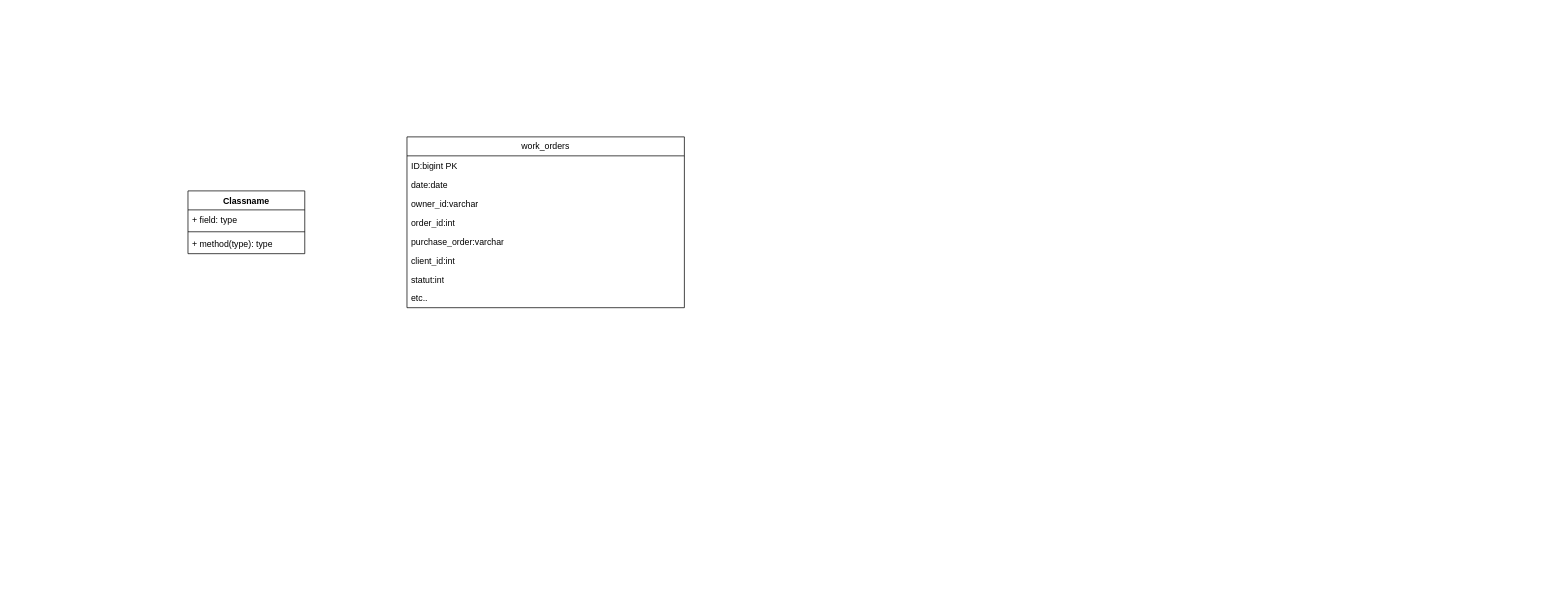
The draw.io diagram Expenses.drawio in antoineQualtech/DanswerFrontEnd-, before the edit. Source tidied: cells renumbered, new cells numbered last; positions are measured from the earlier drawing's top-left corner, leaving out a move shared by most shapes. Both pictures are drawn from the tidied source at 73%, with x=0, y=0 at pixel (188, 137).
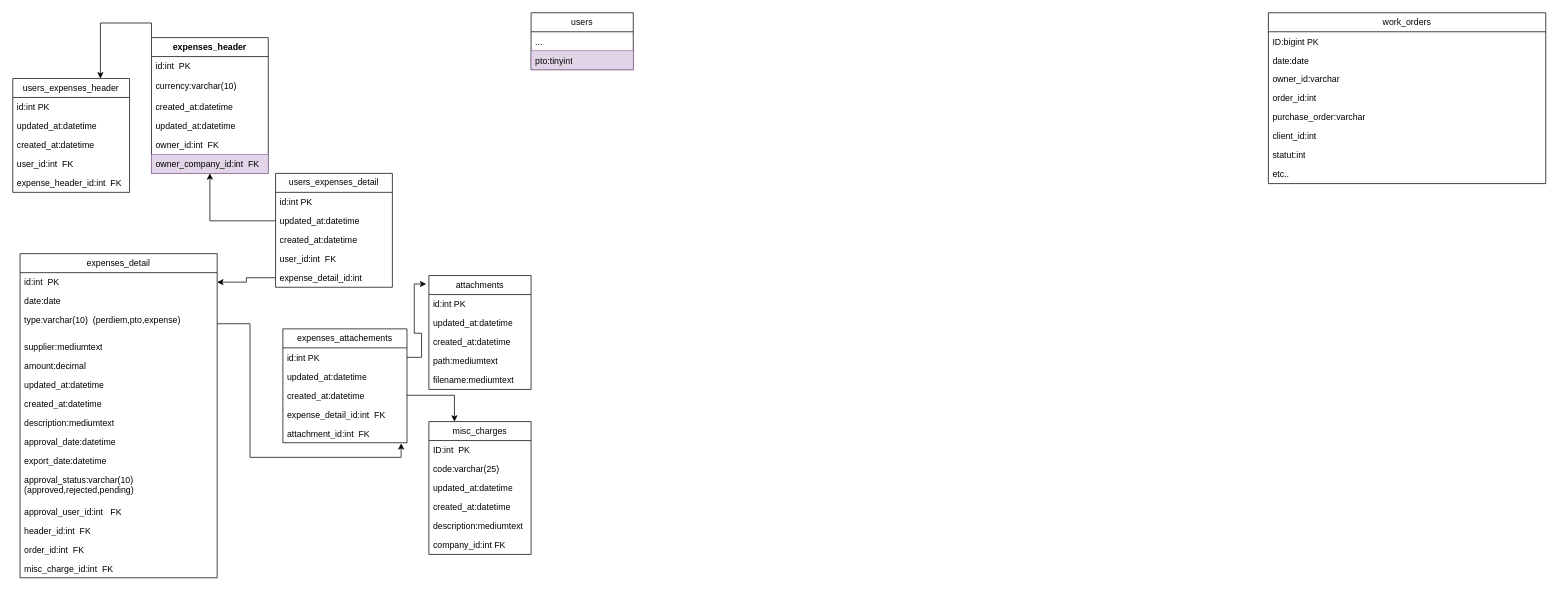
The same page after the edit.

Commit message:
Mettre à jour Expenses.drawio

What changed in the source:
```diff
@@
     <mxCell id="2" value="work_orders" style="swimlane;fontStyle=0;horizontal=1;startSize=26;fillColor=none;whiteSpace=wrap;html=1;" parent="1" vertex="1">
-      <mxGeometry x="300" width="380" height="234" as="geometry" />
+      <mxGeometry x="1480" y="-170" width="380" height="234" as="geometry" />
     </mxCell>
@@
+    <mxCell id="15" style="edgeStyle=orthogonalEdgeStyle;rounded=0;jettySize=auto;html=1;exitX=0;exitY=0;exitDx=0;exitDy=0;entryX=0.75;entryY=0;entryDx=0;entryDy=0;" parent="1" edge="1" source="11" target="37">
+      <mxGeometry relative="1" as="geometry" />
+    </mxCell>
-    <mxCell id="11" value="Classname" style="swimlane;fontStyle=1;align=center;verticalAlign=top;horizontal=1;startSize=26;whiteSpace=wrap;html=1;" parent="1" vertex="1">
-      <mxGeometry y="74" width="160" height="86" as="geometry" />
+    <mxCell id="11" value="expenses_header" style="swimlane;fontStyle=1;align=center;verticalAlign=top;horizontal=1;startSize=26;whiteSpace=wrap;html=1;" parent="1" vertex="1">
+      <mxGeometry x="-50" y="-136" width="160" height="186" as="geometry" />
     </mxCell>
-    <mxCell id="12" value="+ field: type" style="text;strokeColor=none;fillColor=none;align=left;verticalAlign=top;spacingLeft=4;spacingRight=4;overflow=hidden;whiteSpace=wrap;html=1;" parent="11" vertex="1">
+    <mxCell id="12" value="id:int&amp;nbsp; PK" style="text;strokeColor=none;fillColor=none;align=left;verticalAlign=top;spacingLeft=4;spacingRight=4;overflow=hidden;whiteSpace=wrap;html=1;" parent="11" vertex="1">
       <mxGeometry y="26" width="160" height="26" as="geometry" />
     </mxCell>
-    <mxCell id="13" style="line;strokeWidth=1;fillColor=none;align=left;verticalAlign=middle;spacingTop=-1;spacingLeft=3;spacingRight=3;labelPosition=right;strokeColor=inherit;" parent="11" vertex="1">
-      <mxGeometry y="52" width="160" height="8" as="geometry" />
-    </mxCell>
-    <mxCell id="14" value="+ method(type): type" style="text;strokeColor=none;fillColor=none;align=left;verticalAlign=top;spacingLeft=4;spacingRight=4;overflow=hidden;whiteSpace=wrap;html=1;" parent="11" vertex="1">
-      <mxGeometry y="60" width="160" height="26" as="geometry" />
-    </mxCell>
+    <mxCell id="16" value="currency:varchar(10)" style="text;strokeColor=none;fillColor=none;align=left;verticalAlign=middle;spacingLeft=4;spacingRight=4;overflow=hidden;whiteSpace=wrap;html=1;" parent="11" vertex="1">
+      <mxGeometry y="52" width="160" height="30" as="geometry" />
+    </mxCell>
+    <mxCell id="17" value="created_at:datetime" style="text;strokeColor=none;fillColor=none;align=left;verticalAlign=top;spacingLeft=4;spacingRight=4;overflow=hidden;whiteSpace=wrap;html=1;" parent="11" vertex="1">
+      <mxGeometry y="82" width="160" height="26" as="geometry" />
+    </mxCell>
+    <mxCell id="18" value="updated_at:datetime" style="text;strokeColor=none;fillColor=none;align=left;verticalAlign=top;spacingLeft=4;spacingRight=4;overflow=hidden;whiteSpace=wrap;html=1;" parent="11" vertex="1">
+      <mxGeometry y="108" width="160" height="26" as="geometry" />
+    </mxCell>
+    <mxCell id="19" value="owner_id:int&amp;nbsp; FK" style="text;strokeColor=none;fillColor=none;align=left;verticalAlign=top;spacingLeft=4;spacingRight=4;overflow=hidden;whiteSpace=wrap;html=1;" parent="11" vertex="1">
+      <mxGeometry y="134" width="160" height="26" as="geometry" />
+    </mxCell>
+    <mxCell id="20" value="owner_company_id:int&amp;nbsp; FK" style="text;strokeColor=#9673a6;fillColor=#e1d5e7;align=left;verticalAlign=top;spacingLeft=4;spacingRight=4;overflow=hidden;whiteSpace=wrap;html=1;" parent="11" vertex="1">
+      <mxGeometry y="160" width="160" height="26" as="geometry" />
+    </mxCell>
+    <mxCell id="21" value="expenses_detail" style="swimlane;fontStyle=0;horizontal=1;startSize=26;fillColor=none;whiteSpace=wrap;html=1;" parent="1" vertex="1">
+      <mxGeometry x="-230" y="160" width="270" height="444" as="geometry" />
+    </mxCell>
+    <mxCell id="22" value="id:int&amp;nbsp; PK" style="text;strokeColor=none;fillColor=none;align=left;verticalAlign=top;spacingLeft=4;spacingRight=4;overflow=hidden;points=[[0,0.5],[1,0.5]];portConstraint=eastwest;whiteSpace=wrap;html=1;" parent="21" vertex="1">
+      <mxGeometry y="26" width="270" height="26" as="geometry" />
+    </mxCell>
+    <mxCell id="23" value="date:date" style="text;strokeColor=none;fillColor=none;align=left;verticalAlign=top;spacingLeft=4;spacingRight=4;overflow=hidden;whiteSpace=wrap;html=1;" parent="21" vertex="1">
+      <mxGeometry y="52" width="270" height="26" as="geometry" />
+    </mxCell>
+    <mxCell id="24" value="type:varchar(10)&amp;nbsp; (perdiem,pto,expense)" style="text;strokeColor=none;fillColor=none;align=left;verticalAlign=top;spacingLeft=4;spacingRight=4;overflow=hidden;points=[[0,0.5],[1,0.5]];portConstraint=eastwest;whiteSpace=wrap;html=1;" parent="21" vertex="1">
+      <mxGeometry y="78" width="270" height="36" as="geometry" />
+    </mxCell>
+    <mxCell id="25" value="supplier:mediumtext" style="text;strokeColor=none;fillColor=none;align=left;verticalAlign=top;spacingLeft=4;spacingRight=4;overflow=hidden;whiteSpace=wrap;html=1;" parent="21" vertex="1">
+      <mxGeometry y="114" width="270" height="26" as="geometry" />
+    </mxCell>
+    <mxCell id="26" value="amount:decimal" style="text;strokeColor=none;fillColor=none;align=left;verticalAlign=top;spacingLeft=4;spacingRight=4;overflow=hidden;whiteSpace=wrap;html=1;" parent="21" vertex="1">
+      <mxGeometry y="140" width="270" height="26" as="geometry" />
+    </mxCell>
+    <mxCell id="27" value="updated_at:datetime" style="text;strokeColor=none;fillColor=none;align=left;verticalAlign=top;spacingLeft=4;spacingRight=4;overflow=hidden;whiteSpace=wrap;html=1;" parent="21" vertex="1">
+      <mxGeometry y="166" width="270" height="26" as="geometry" />
+    </mxCell>
+    <mxCell id="28" value="created_at:datetime" style="text;strokeColor=none;fillColor=none;align=left;verticalAlign=top;spacingLeft=4;spacingRight=4;overflow=hidden;whiteSpace=wrap;html=1;" parent="21" vertex="1">
+      <mxGeometry y="192" width="270" height="26" as="geometry" />
+    </mxCell>
+    <mxCell id="29" value="description:mediumtext" style="text;strokeColor=none;fillColor=none;align=left;verticalAlign=top;spacingLeft=4;spacingRight=4;overflow=hidden;whiteSpace=wrap;html=1;" parent="21" vertex="1">
+      <mxGeometry y="218" width="270" height="26" as="geometry" />
+    </mxCell>
+    <mxCell id="30" value="approval_date:datetime" style="text;strokeColor=none;fillColor=none;align=left;verticalAlign=top;spacingLeft=4;spacingRight=4;overflow=hidden;whiteSpace=wrap;html=1;" parent="21" vertex="1">
+      <mxGeometry y="244" width="270" height="26" as="geometry" />
+    </mxCell>
+    <mxCell id="31" value="export_date:datetime" style="text;strokeColor=none;fillColor=none;align=left;verticalAlign=top;spacingLeft=4;spacingRight=4;overflow=hidden;whiteSpace=wrap;html=1;" parent="21" vertex="1">
+      <mxGeometry y="270" width="270" height="26" as="geometry" />
+    </mxCell>
+    <mxCell id="32" value="approval_status:varchar(10) (approved,rejected,pending)" style="text;strokeColor=none;fillColor=none;align=left;verticalAlign=top;spacingLeft=4;spacingRight=4;overflow=hidden;whiteSpace=wrap;html=1;" parent="21" vertex="1">
+      <mxGeometry y="296" width="270" height="44" as="geometry" />
+    </mxCell>
+    <mxCell id="33" value="approval_user_id:int&amp;nbsp; &amp;nbsp;FK" style="text;strokeColor=none;fillColor=none;align=left;verticalAlign=top;spacingLeft=4;spacingRight=4;overflow=hidden;whiteSpace=wrap;html=1;" parent="21" vertex="1">
+      <mxGeometry y="340" width="270" height="26" as="geometry" />
+    </mxCell>
+    <mxCell id="34" value="header_id:int&amp;nbsp; FK" style="text;strokeColor=none;fillColor=none;align=left;verticalAlign=top;spacingLeft=4;spacingRight=4;overflow=hidden;whiteSpace=wrap;html=1;" parent="21" vertex="1">
+      <mxGeometry y="366" width="270" height="26" as="geometry" />
+    </mxCell>
+    <mxCell id="35" value="order_id:int&amp;nbsp; FK" style="text;strokeColor=none;fillColor=none;align=left;verticalAlign=top;spacingLeft=4;spacingRight=4;overflow=hidden;whiteSpace=wrap;html=1;" parent="21" vertex="1">
+      <mxGeometry y="392" width="270" height="26" as="geometry" />
+    </mxCell>
+    <mxCell id="36" value="misc_charge_id:int&amp;nbsp; FK" style="text;strokeColor=none;fillColor=none;align=left;verticalAlign=top;spacingLeft=4;spacingRight=4;overflow=hidden;whiteSpace=wrap;html=1;" parent="21" vertex="1">
+      <mxGeometry y="418" width="270" height="26" as="geometry" />
+    </mxCell>
+    <mxCell id="37" value="users_expenses_header" style="swimlane;fontStyle=0;horizontal=1;startSize=26;fillColor=none;whiteSpace=wrap;html=1;" parent="1" vertex="1">
+      <mxGeometry x="-240" y="-80" width="160" height="156" as="geometry" />
+    </mxCell>
+    <mxCell id="38" value="id:int PK" style="text;strokeColor=none;fillColor=none;align=left;verticalAlign=top;spacingLeft=4;spacingRight=4;overflow=hidden;whiteSpace=wrap;html=1;" parent="37" vertex="1">
+      <mxGeometry y="26" width="160" height="26" as="geometry" />
+    </mxCell>
+    <mxCell id="39" value="updated_at:datetime" style="text;strokeColor=none;fillColor=none;align=left;verticalAlign=top;spacingLeft=4;spacingRight=4;overflow=hidden;whiteSpace=wrap;html=1;" parent="37" vertex="1">
+      <mxGeometry y="52" width="160" height="26" as="geometry" />
+    </mxCell>
+    <mxCell id="40" value="created_at:datetime" style="text;strokeColor=none;fillColor=none;align=left;verticalAlign=top;spacingLeft=4;spacingRight=4;overflow=hidden;whiteSpace=wrap;html=1;" parent="37" vertex="1">
+      <mxGeometry y="78" width="160" height="26" as="geometry" />
+    </mxCell>
+    <mxCell id="41" value="user_id:int&amp;nbsp; FK" style="text;strokeColor=none;fillColor=none;align=left;verticalAlign=top;spacingLeft=4;spacingRight=4;overflow=hidden;whiteSpace=wrap;html=1;" parent="37" vertex="1">
+      <mxGeometry y="104" width="160" height="26" as="geometry" />
+    </mxCell>
+    <mxCell id="42" value="expense_header_id:int&amp;nbsp; FK" style="text;strokeColor=none;fillColor=none;align=left;verticalAlign=top;spacingLeft=4;spacingRight=4;overflow=hidden;whiteSpace=wrap;html=1;" parent="37" vertex="1">
+      <mxGeometry y="130" width="160" height="26" as="geometry" />
+    </mxCell>
+    <mxCell id="43" value="misc_charges" style="swimlane;fontStyle=0;horizontal=1;startSize=26;fillColor=none;whiteSpace=wrap;html=1;" parent="1" vertex="1">
+      <mxGeometry x="330" y="390" width="140" height="182" as="geometry" />
+    </mxCell>
+    <mxCell id="44" value="ID:int&amp;nbsp; PK" style="text;strokeColor=none;fillColor=none;align=left;verticalAlign=top;spacingLeft=4;spacingRight=4;overflow=hidden;whiteSpace=wrap;html=1;" parent="43" vertex="1">
+      <mxGeometry y="26" width="140" height="26" as="geometry" />
+    </mxCell>
+    <mxCell id="45" value="code:varchar(25)" style="text;strokeColor=none;fillColor=none;align=left;verticalAlign=top;spacingLeft=4;spacingRight=4;overflow=hidden;whiteSpace=wrap;html=1;" parent="43" vertex="1">
+      <mxGeometry y="52" width="140" height="26" as="geometry" />
+    </mxCell>
+    <mxCell id="46" value="updated_at:datetime" style="text;strokeColor=none;fillColor=none;align=left;verticalAlign=top;spacingLeft=4;spacingRight=4;overflow=hidden;whiteSpace=wrap;html=1;" parent="43" vertex="1">
+      <mxGeometry y="78" width="140" height="26" as="geometry" />
+    </mxCell>
+    <mxCell id="47" value="created_at:datetime" style="text;strokeColor=none;fillColor=none;align=left;verticalAlign=top;spacingLeft=4;spacingRight=4;overflow=hidden;whiteSpace=wrap;html=1;" parent="43" vertex="1">
+      <mxGeometry y="104" width="140" height="26" as="geometry" />
+    </mxCell>
+    <mxCell id="48" value="description:mediumtext" style="text;strokeColor=none;fillColor=none;align=left;verticalAlign=top;spacingLeft=4;spacingRight=4;overflow=hidden;whiteSpace=wrap;html=1;" parent="43" vertex="1">
+      <mxGeometry y="130" width="140" height="26" as="geometry" />
+    </mxCell>
+    <mxCell id="49" value="company_id:int FK" style="text;strokeColor=none;fillColor=none;align=left;verticalAlign=top;spacingLeft=4;spacingRight=4;overflow=hidden;whiteSpace=wrap;html=1;" parent="43" vertex="1">
+      <mxGeometry y="156" width="140" height="26" as="geometry" />
+    </mxCell>
+    <mxCell id="50" value="attachments" style="swimlane;fontStyle=0;horizontal=1;startSize=26;fillColor=none;whiteSpace=wrap;html=1;" parent="1" vertex="1">
+      <mxGeometry x="330" y="190" width="140" height="156" as="geometry" />
+    </mxCell>
+    <mxCell id="51" value="id:int PK" style="text;strokeColor=none;fillColor=none;align=left;verticalAlign=top;spacingLeft=4;spacingRight=4;overflow=hidden;whiteSpace=wrap;html=1;" parent="50" vertex="1">
+      <mxGeometry y="26" width="140" height="26" as="geometry" />
+    </mxCell>
+    <mxCell id="52" value="updated_at:datetime" style="text;strokeColor=none;fillColor=none;align=left;verticalAlign=top;spacingLeft=4;spacingRight=4;overflow=hidden;whiteSpace=wrap;html=1;" parent="50" vertex="1">
+      <mxGeometry y="52" width="140" height="26" as="geometry" />
+    </mxCell>
+    <mxCell id="53" value="created_at:datetime" style="text;strokeColor=none;fillColor=none;align=left;verticalAlign=top;spacingLeft=4;spacingRight=4;overflow=hidden;whiteSpace=wrap;html=1;" parent="50" vertex="1">
+      <mxGeometry y="78" width="140" height="26" as="geometry" />
+    </mxCell>
+    <mxCell id="54" value="path:mediumtext" style="text;strokeColor=none;fillColor=none;align=left;verticalAlign=top;spacingLeft=4;spacingRight=4;overflow=hidden;whiteSpace=wrap;html=1;" parent="50" vertex="1">
+      <mxGeometry y="104" width="140" height="26" as="geometry" />
+    </mxCell>
+    <mxCell id="55" value="filename:mediumtext" style="text;strokeColor=none;fillColor=none;align=left;verticalAlign=top;spacingLeft=4;spacingRight=4;overflow=hidden;whiteSpace=wrap;html=1;" parent="50" vertex="1">
+      <mxGeometry y="130" width="140" height="26" as="geometry" />
+    </mxCell>
+    <mxCell id="56" value="expenses_attachements" style="swimlane;fontStyle=0;horizontal=1;startSize=26;fillColor=none;whiteSpace=wrap;html=1;" parent="1" vertex="1">
+      <mxGeometry x="130" y="263" width="170" height="156" as="geometry" />
+    </mxCell>
+    <mxCell id="57" value="id:int PK" style="text;strokeColor=none;fillColor=none;align=left;verticalAlign=top;spacingLeft=4;spacingRight=4;overflow=hidden;points=[[0,0.5],[1,0.5]];portConstraint=eastwest;whiteSpace=wrap;html=1;" parent="56" vertex="1">
+      <mxGeometry y="26" width="170" height="26" as="geometry" />
+    </mxCell>
+    <mxCell id="58" value="updated_at:datetime" style="text;strokeColor=none;fillColor=none;align=left;verticalAlign=top;spacingLeft=4;spacingRight=4;overflow=hidden;whiteSpace=wrap;html=1;" parent="56" vertex="1">
+      <mxGeometry y="52" width="170" height="26" as="geometry" />
+    </mxCell>
+    <mxCell id="59" value="created_at:datetime" style="text;strokeColor=none;fillColor=none;align=left;verticalAlign=top;spacingLeft=4;spacingRight=4;overflow=hidden;points=[[0,0.5],[1,0.5]];portConstraint=eastwest;whiteSpace=wrap;html=1;" parent="56" vertex="1">
+      <mxGeometry y="78" width="170" height="26" as="geometry" />
+    </mxCell>
+    <mxCell id="60" value="expense_detail_id:int&amp;nbsp; FK" style="text;strokeColor=none;fillColor=none;align=left;verticalAlign=top;spacingLeft=4;spacingRight=4;overflow=hidden;whiteSpace=wrap;html=1;" parent="56" vertex="1">
+      <mxGeometry y="104" width="170" height="26" as="geometry" />
+    </mxCell>
+    <mxCell id="61" value="attachment_id:int&amp;nbsp; FK" style="text;strokeColor=none;fillColor=none;align=left;verticalAlign=top;spacingLeft=4;spacingRight=4;overflow=hidden;points=[[0,0.5],[1,0.5]];portConstraint=eastwest;whiteSpace=wrap;html=1;" parent="56" vertex="1">
+      <mxGeometry y="130" width="170" height="26" as="geometry" />
+    </mxCell>
+    <mxCell id="62" style="edgeStyle=orthogonalEdgeStyle;rounded=0;jettySize=auto;html=1;exitX=1;exitY=0.5;exitDx=0;exitDy=0;entryX=-0.026;entryY=0.074;entryDx=0;entryDy=0;entryPerimeter=0;" parent="1" edge="1" source="57" target="50">
+      <mxGeometry relative="1" as="geometry" />
+    </mxCell>
+    <mxCell id="63" style="edgeStyle=orthogonalEdgeStyle;rounded=0;jettySize=auto;html=1;exitX=1;exitY=0.5;exitDx=0;exitDy=0;entryX=0.25;entryY=0;entryDx=0;entryDy=0;" parent="1" edge="1" source="59" target="43">
+      <mxGeometry relative="1" as="geometry" />
+    </mxCell>
+    <mxCell id="64" value="users_expenses_detail" style="swimlane;fontStyle=0;horizontal=1;startSize=26;fillColor=none;whiteSpace=wrap;html=1;" parent="1" vertex="1">
+      <mxGeometry x="120" y="50" width="160" height="156" as="geometry" />
+    </mxCell>
+    <mxCell id="65" value="id:int PK" style="text;strokeColor=none;fillColor=none;align=left;verticalAlign=top;spacingLeft=4;spacingRight=4;overflow=hidden;whiteSpace=wrap;html=1;" parent="64" vertex="1">
+      <mxGeometry y="26" width="160" height="26" as="geometry" />
+    </mxCell>
+    <mxCell id="66" value="updated_at:datetime" style="text;strokeColor=none;fillColor=none;align=left;verticalAlign=top;spacingLeft=4;spacingRight=4;overflow=hidden;points=[[0,0.5],[1,0.5]];portConstraint=eastwest;whiteSpace=wrap;html=1;" parent="64" vertex="1">
+      <mxGeometry y="52" width="160" height="26" as="geometry" />
+    </mxCell>
+    <mxCell id="67" value="created_at:datetime" style="text;strokeColor=none;fillColor=none;align=left;verticalAlign=top;spacingLeft=4;spacingRight=4;overflow=hidden;whiteSpace=wrap;html=1;" parent="64" vertex="1">
+      <mxGeometry y="78" width="160" height="26" as="geometry" />
+    </mxCell>
+    <mxCell id="68" value="user_id:int&amp;nbsp; FK" style="text;strokeColor=none;fillColor=none;align=left;verticalAlign=top;spacingLeft=4;spacingRight=4;overflow=hidden;whiteSpace=wrap;html=1;" parent="64" vertex="1">
+      <mxGeometry y="104" width="160" height="26" as="geometry" />
+    </mxCell>
+    <mxCell id="69" value="expense_detail_id:int" style="text;strokeColor=none;fillColor=none;align=left;verticalAlign=top;spacingLeft=4;spacingRight=4;overflow=hidden;points=[[0,0.5],[1,0.5]];portConstraint=eastwest;whiteSpace=wrap;html=1;" parent="64" vertex="1">
+      <mxGeometry y="130" width="160" height="26" as="geometry" />
+    </mxCell>
+    <mxCell id="70" style="edgeStyle=orthogonalEdgeStyle;rounded=0;jettySize=auto;html=1;exitX=0;exitY=0.5;exitDx=0;exitDy=0;entryX=1;entryY=0.5;entryDx=0;entryDy=0;" parent="1" edge="1" source="69" target="22">
+      <mxGeometry relative="1" as="geometry" />
+    </mxCell>
+    <mxCell id="71" style="edgeStyle=orthogonalEdgeStyle;rounded=0;jettySize=auto;html=1;exitX=1;exitY=0.5;exitDx=0;exitDy=0;entryX=0.953;entryY=1.031;entryDx=0;entryDy=0;entryPerimeter=0;" parent="1" edge="1" source="24" target="61">
+      <mxGeometry relative="1" as="geometry" />
+    </mxCell>
+    <mxCell id="72" value="users" style="swimlane;fontStyle=0;horizontal=1;startSize=26;fillColor=none;whiteSpace=wrap;html=1;" parent="1" vertex="1">
+      <mxGeometry x="470" y="-170" width="140" height="78" as="geometry" />
+    </mxCell>
+    <mxCell id="73" value="..." style="text;strokeColor=none;fillColor=none;align=left;verticalAlign=top;spacingLeft=4;spacingRight=4;overflow=hidden;whiteSpace=wrap;html=1;" parent="72" vertex="1">
+      <mxGeometry y="26" width="140" height="26" as="geometry" />
+    </mxCell>
+    <mxCell id="74" value="pto:tinyint" style="text;strokeColor=#9673a6;fillColor=#e1d5e7;align=left;verticalAlign=top;spacingLeft=4;spacingRight=4;overflow=hidden;whiteSpace=wrap;html=1;" parent="72" vertex="1">
+      <mxGeometry y="52" width="140" height="26" as="geometry" />
+    </mxCell>
+    <mxCell id="75" style="edgeStyle=orthogonalEdgeStyle;rounded=0;jettySize=auto;html=1;exitX=0;exitY=0.5;exitDx=0;exitDy=0;entryX=0.5;entryY=1;entryDx=0;entryDy=0;" parent="1" edge="1" source="66" target="11">
+      <mxGeometry relative="1" as="geometry" />
+    </mxCell>
```
